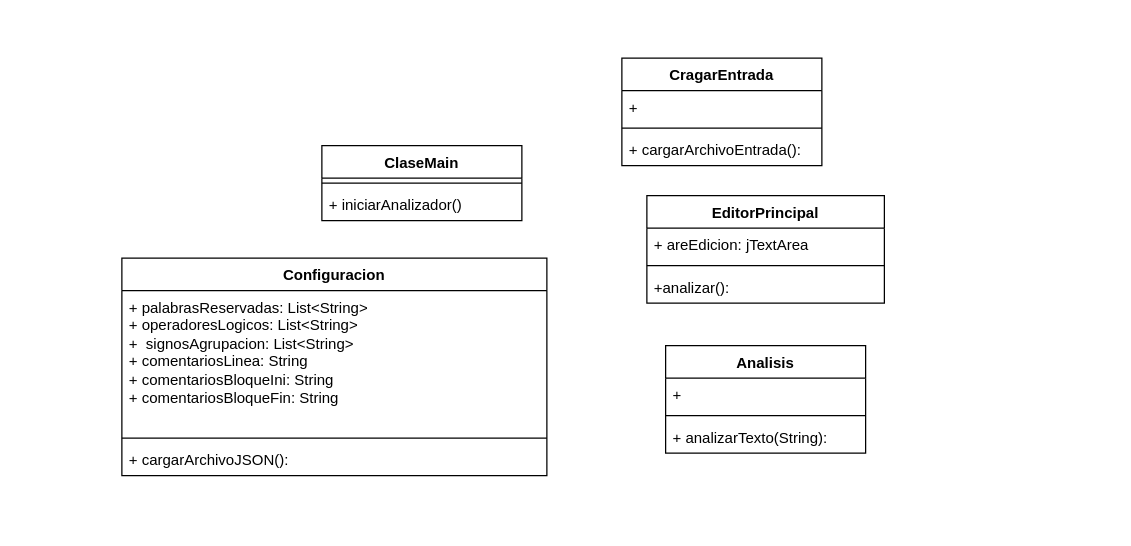
Earlier version of the draw.io diagram LENGUAJES practica1 diagrma de clases.drawio (julioOv-1104/Practica_1_LENGUAJES_JulioOvalle). Source tidied: cells renumbered, new cells numbered last; positions are measured from the earlier drawing's top-left corner, leaving out a move shared by most shapes. Both pictures are drawn from the tidied source at 125%, with x=0, y=0 at pixel (121, 58).
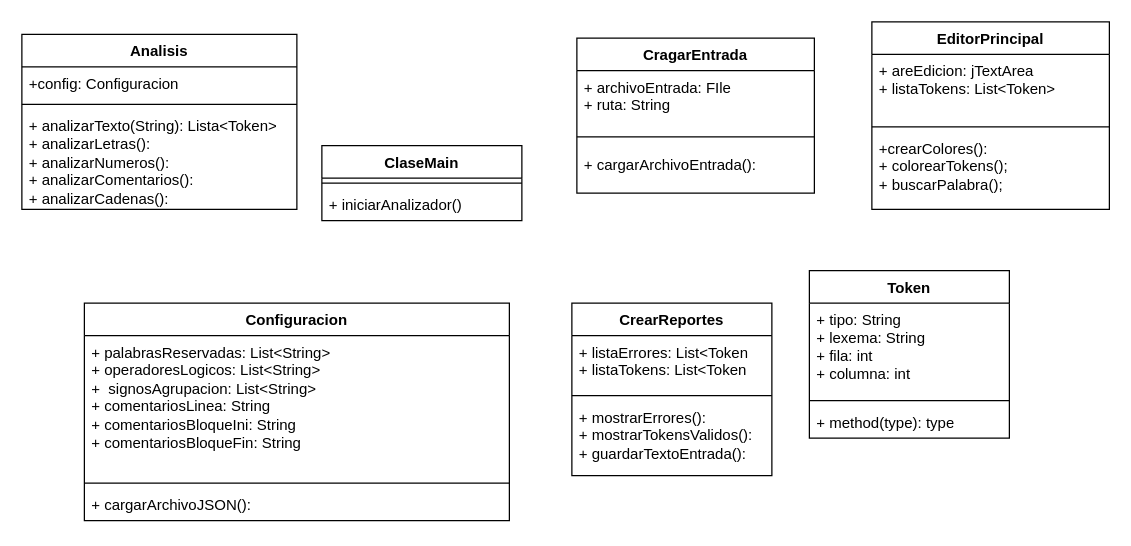
Above is the later version.

What changed in the source:
```diff
@@
     <mxCell id="5" value="Configuracion" style="swimlane;fontStyle=1;align=center;verticalAlign=top;horizontal=1;startSize=26;whiteSpace=wrap;html=1;" parent="1" vertex="1">
-      <mxGeometry y="160" width="340" height="174" as="geometry" />
+      <mxGeometry x="-30" y="196" width="340" height="174" as="geometry" />
     </mxCell>
@@
     <mxCell id="9" value="EditorPrincipal" style="swimlane;fontStyle=1;align=center;verticalAlign=top;horizontal=1;startSize=26;whiteSpace=wrap;html=1;" parent="1" vertex="1">
-      <mxGeometry x="420" y="110" width="190" height="86" as="geometry" />
+      <mxGeometry x="600" y="-29" width="190" height="150" as="geometry" />
     </mxCell>
-    <mxCell id="10" value="+ areEdicion: jTextArea" style="text;strokeColor=none;fillColor=none;align=left;verticalAlign=top;spacingLeft=4;spacingRight=4;overflow=hidden;whiteSpace=wrap;html=1;" parent="9" vertex="1">
-      <mxGeometry y="26" width="190" height="26" as="geometry" />
+    <mxCell id="10" value="+ areEdicion: jTextArea&lt;div&gt;+ listaTokens: List&amp;lt;Token&amp;gt;&lt;/div&gt;" style="text;strokeColor=none;fillColor=none;align=left;verticalAlign=top;spacingLeft=4;spacingRight=4;overflow=hidden;whiteSpace=wrap;html=1;" parent="9" vertex="1">
+      <mxGeometry y="26" width="190" height="54" as="geometry" />
     </mxCell>
     <mxCell id="11" style="line;strokeWidth=1;fillColor=none;align=left;verticalAlign=middle;spacingTop=-1;spacingLeft=3;spacingRight=3;labelPosition=right;strokeColor=inherit;" parent="9" vertex="1">
-      <mxGeometry y="52" width="190" height="8" as="geometry" />
+      <mxGeometry y="80" width="190" height="8" as="geometry" />
     </mxCell>
-    <mxCell id="12" value="+analizar():" style="text;strokeColor=none;fillColor=none;align=left;verticalAlign=top;spacingLeft=4;spacingRight=4;overflow=hidden;whiteSpace=wrap;html=1;" parent="9" vertex="1">
-      <mxGeometry y="60" width="190" height="26" as="geometry" />
+    <mxCell id="12" value="+crearColores():&lt;div&gt;+ colorearTokens();&lt;/div&gt;&lt;div&gt;+ buscarPalabra();&lt;/div&gt;" style="text;strokeColor=none;fillColor=none;align=left;verticalAlign=top;spacingLeft=4;spacingRight=4;overflow=hidden;whiteSpace=wrap;html=1;" parent="9" vertex="1">
+      <mxGeometry y="88" width="190" height="62" as="geometry" />
     </mxCell>
     <mxCell id="13" value="Analisis" style="swimlane;fontStyle=1;align=center;verticalAlign=top;horizontal=1;startSize=26;whiteSpace=wrap;html=1;" parent="1" vertex="1">
-      <mxGeometry x="435" y="230" width="160" height="86" as="geometry" />
+      <mxGeometry x="-80" y="-19" width="220" height="140" as="geometry" />
     </mxCell>
-    <mxCell id="14" value="+" style="text;strokeColor=none;fillColor=none;align=left;verticalAlign=top;spacingLeft=4;spacingRight=4;overflow=hidden;whiteSpace=wrap;html=1;" parent="13" vertex="1">
-      <mxGeometry y="26" width="160" height="26" as="geometry" />
+    <mxCell id="14" value="+config: Configuracion" style="text;strokeColor=none;fillColor=none;align=left;verticalAlign=top;spacingLeft=4;spacingRight=4;overflow=hidden;whiteSpace=wrap;html=1;" parent="13" vertex="1">
+      <mxGeometry y="26" width="220" height="26" as="geometry" />
     </mxCell>
     <mxCell id="15" style="line;strokeWidth=1;fillColor=none;align=left;verticalAlign=middle;spacingTop=-1;spacingLeft=3;spacingRight=3;labelPosition=right;strokeColor=inherit;" parent="13" vertex="1">
-      <mxGeometry y="52" width="160" height="8" as="geometry" />
+      <mxGeometry y="52" width="220" height="8" as="geometry" />
     </mxCell>
-    <mxCell id="16" value="+ analizarTexto(String):" style="text;strokeColor=none;fillColor=none;align=left;verticalAlign=top;spacingLeft=4;spacingRight=4;overflow=hidden;whiteSpace=wrap;html=1;" parent="13" vertex="1">
-      <mxGeometry y="60" width="160" height="26" as="geometry" />
+    <mxCell id="16" value="+ analizarTexto(String): Lista&amp;lt;Token&amp;gt;&lt;div&gt;+ analizarLetras():&lt;/div&gt;&lt;div&gt;+ analizarNumeros():&lt;/div&gt;&lt;div&gt;+ analizarComentarios():&lt;/div&gt;&lt;div&gt;+ analizarCadenas():&lt;/div&gt;&lt;div&gt;&lt;br&gt;&lt;/div&gt;" style="text;strokeColor=none;fillColor=none;align=left;verticalAlign=top;spacingLeft=4;spacingRight=4;overflow=hidden;whiteSpace=wrap;html=1;" parent="13" vertex="1">
+      <mxGeometry y="60" width="220" height="80" as="geometry" />
     </mxCell>
     <mxCell id="17" value="CragarEntrada" style="swimlane;fontStyle=1;align=center;verticalAlign=top;horizontal=1;startSize=26;whiteSpace=wrap;html=1;" parent="1" vertex="1">
-      <mxGeometry x="400" width="160" height="86" as="geometry" />
+      <mxGeometry x="364" y="-16" width="190" height="124" as="geometry" />
     </mxCell>
-    <mxCell id="18" value="+" style="text;strokeColor=none;fillColor=none;align=left;verticalAlign=top;spacingLeft=4;spacingRight=4;overflow=hidden;whiteSpace=wrap;html=1;" parent="17" vertex="1">
-      <mxGeometry y="26" width="160" height="26" as="geometry" />
+    <mxCell id="18" value="+ archivoEntrada: FIle&lt;div&gt;+ ruta: String&lt;/div&gt;" style="text;strokeColor=none;fillColor=none;align=left;verticalAlign=top;spacingLeft=4;spacingRight=4;overflow=hidden;whiteSpace=wrap;html=1;" parent="17" vertex="1">
+      <mxGeometry y="26" width="190" height="44" as="geometry" />
     </mxCell>
     <mxCell id="19" style="line;strokeWidth=1;fillColor=none;align=left;verticalAlign=middle;spacingTop=-1;spacingLeft=3;spacingRight=3;labelPosition=right;strokeColor=inherit;" parent="17" vertex="1">
-      <mxGeometry y="52" width="160" height="8" as="geometry" />
+      <mxGeometry y="70" width="190" height="18" as="geometry" />
     </mxCell>
     <mxCell id="20" value="+ cargarArchivoEntrada():" style="text;strokeColor=none;fillColor=none;align=left;verticalAlign=top;spacingLeft=4;spacingRight=4;overflow=hidden;whiteSpace=wrap;html=1;" parent="17" vertex="1">
-      <mxGeometry y="60" width="160" height="26" as="geometry" />
+      <mxGeometry y="88" width="190" height="36" as="geometry" />
     </mxCell>
+    <mxCell id="21" value="CrearReportes" style="swimlane;fontStyle=1;align=center;verticalAlign=top;horizontal=1;startSize=26;whiteSpace=wrap;html=1;" parent="1" vertex="1">
+      <mxGeometry x="360" y="196" width="160" height="138" as="geometry" />
+    </mxCell>
+    <mxCell id="22" value="+ listaErrores: List&amp;lt;Token&lt;div&gt;+ listaTokens:&amp;nbsp;&lt;span style=&quot;background-color: transparent; color: light-dark(rgb(0, 0, 0), rgb(255, 255, 255));&quot;&gt;List&amp;lt;Token&lt;/span&gt;&lt;/div&gt;" style="text;strokeColor=none;fillColor=none;align=left;verticalAlign=top;spacingLeft=4;spacingRight=4;overflow=hidden;whiteSpace=wrap;html=1;" parent="21" vertex="1">
+      <mxGeometry y="26" width="160" height="44" as="geometry" />
+    </mxCell>
+    <mxCell id="23" style="line;strokeWidth=1;fillColor=none;align=left;verticalAlign=middle;spacingTop=-1;spacingLeft=3;spacingRight=3;labelPosition=right;strokeColor=inherit;" parent="21" vertex="1">
+      <mxGeometry y="70" width="160" height="8" as="geometry" />
+    </mxCell>
+    <mxCell id="24" value="+ mostrarErrores():&lt;div&gt;+ mostrarTokensValidos():&lt;/div&gt;&lt;div&gt;+ guardarTextoEntrada():&lt;/div&gt;" style="text;strokeColor=none;fillColor=none;align=left;verticalAlign=top;spacingLeft=4;spacingRight=4;overflow=hidden;whiteSpace=wrap;html=1;" parent="21" vertex="1">
+      <mxGeometry y="78" width="160" height="60" as="geometry" />
+    </mxCell>
+    <mxCell id="25" value="Token" style="swimlane;fontStyle=1;align=center;verticalAlign=top;horizontal=1;startSize=26;whiteSpace=wrap;html=1;" parent="1" vertex="1">
+      <mxGeometry x="550" y="170" width="160" height="134" as="geometry" />
+    </mxCell>
+    <mxCell id="26" value="+ tipo: String&lt;div&gt;+ lexema: String&lt;/div&gt;&lt;div&gt;+ fila: int&lt;/div&gt;&lt;div&gt;+ columna: int&lt;/div&gt;" style="text;strokeColor=none;fillColor=none;align=left;verticalAlign=top;spacingLeft=4;spacingRight=4;overflow=hidden;whiteSpace=wrap;html=1;" parent="25" vertex="1">
+      <mxGeometry y="26" width="160" height="74" as="geometry" />
+    </mxCell>
+    <mxCell id="27" style="line;strokeWidth=1;fillColor=none;align=left;verticalAlign=middle;spacingTop=-1;spacingLeft=3;spacingRight=3;labelPosition=right;strokeColor=inherit;" parent="25" vertex="1">
+      <mxGeometry y="100" width="160" height="8" as="geometry" />
+    </mxCell>
+    <mxCell id="28" value="+ method(type): type" style="text;strokeColor=none;fillColor=none;align=left;verticalAlign=top;spacingLeft=4;spacingRight=4;overflow=hidden;whiteSpace=wrap;html=1;" parent="25" vertex="1">
+      <mxGeometry y="108" width="160" height="26" as="geometry" />
+    </mxCell>
```
